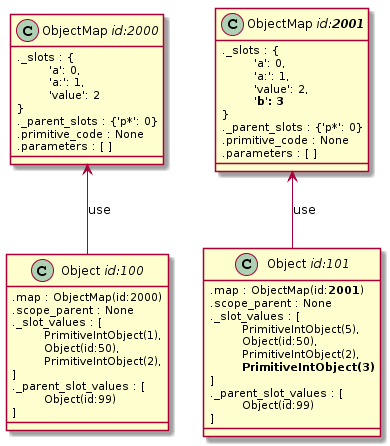
Bystroushaak/clanky keeps this PlantUML diagram as 2019.03.13_Jak_se_pise_programovaci_jazyk_4_Object_layout/map_3.png. Above is the earlier version.
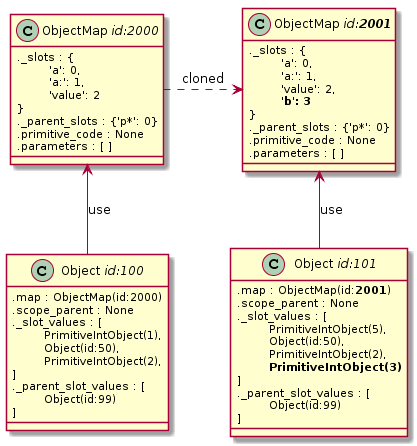
After the commit.

What changed in the source:
```diff
@@ -53,5 +53,5 @@
 
 obj -u-> map: use
 another_obj -u-> another_map: use
-obj -r[hidden]- another_obj
+map .r.> another_map: cloned
 @enduml
```
